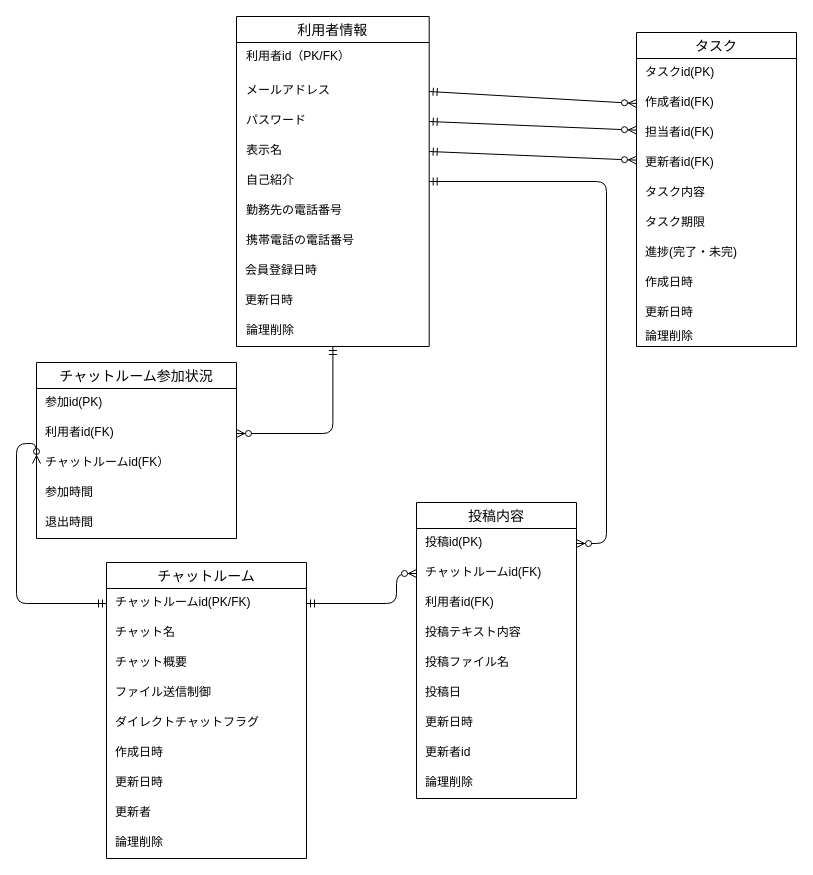
This is db/db-challenge1/チャットルームER図.drawio from ytaka0407/quelcode-db, a draw.io file, before an edit. Source tidied: cells renumbered, new cells numbered last; positions are measured from the earlier drawing's top-left corner, leaving out a move shared by most shapes. Both pictures are drawn from the tidied source at 100%, with x=0, y=0 at pixel (16, 16).
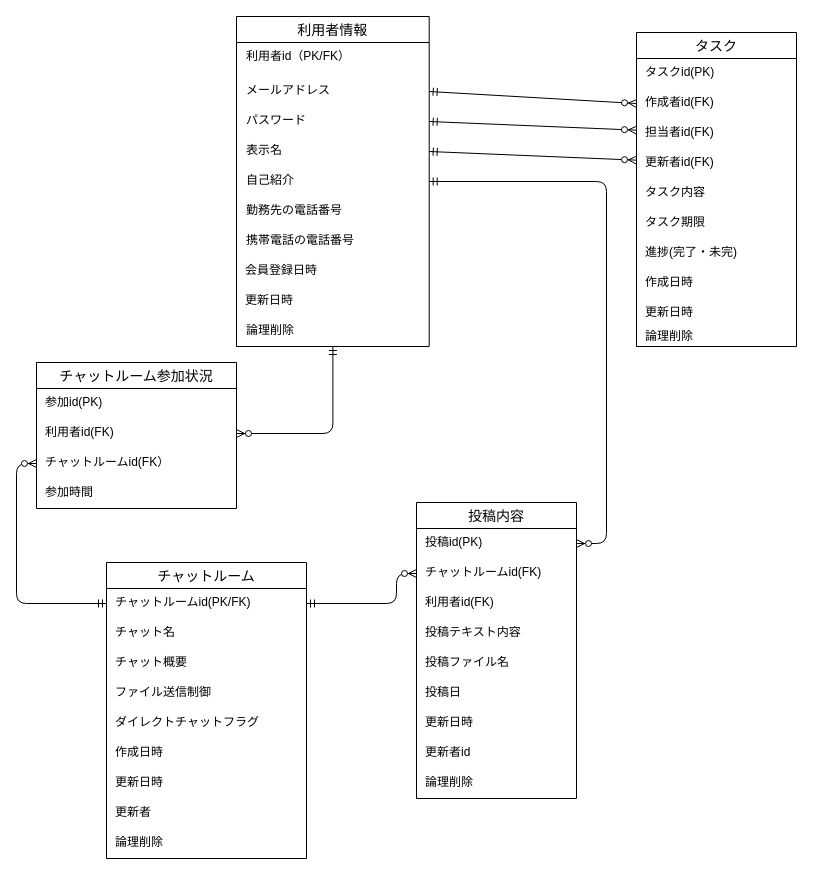
Above is the later version.

Commit message:
要件に含まれていないチャットルーム退出時間カラムを削除

Unchanged cells that the change refers to:
```xml
<mxCell id="32" value="チャットルームid(PK/FK)" style="text;strokeColor=none;fillColor=none;spacingLeft=7;spacingRight=4;overflow=hidden;points=[[0,0.5],[1,0.5]];portConstraint=eastwest;fontSize=12;" parent="31" vertex="1">
  <mxGeometry y="26" width="200" height="30" as="geometry" />
</mxCell>
<mxCell id="54" value="チャットルームid(FK）" style="text;strokeColor=none;fillColor=none;spacingLeft=7;spacingRight=4;overflow=hidden;points=[[0,0.5],[1,0.5]];portConstraint=eastwest;fontSize=12;" parent="51" vertex="1">
  <mxGeometry y="86" width="200" height="30" as="geometry" />
</mxCell>
```

The edit, as a diff of the source:
```diff
@@
     <mxCell id="3" style="edgeStyle=orthogonalEdgeStyle;fontSize=12;html=1;endArrow=ERzeroToMany;startArrow=ERmandOne;exitX=0;exitY=0.5;exitDx=0;exitDy=0;entryX=0;entryY=0.5;entryDx=0;entryDy=0;" parent="1" edge="1" source="32" target="54">
       <mxGeometry relative="1" as="geometry">
         <Array as="points">
           <mxPoint y="587" />
-          <mxPoint y="427" />
+          <mxPoint y="447" />
         </Array>
       </mxGeometry>
     </mxCell>
@@
     <mxCell id="51" value="チャットルーム参加状況" style="swimlane;fontStyle=0;horizontal=1;startSize=26;align=center;fontSize=14;" parent="1" vertex="1">
-      <mxGeometry x="20" y="346" width="200" height="176" as="geometry" />
+      <mxGeometry x="20" y="346" width="200" height="146" as="geometry" />
     </mxCell>
@@
-    <mxCell id="56" value="退出時間" style="text;strokeColor=none;fillColor=none;spacingLeft=7;spacingRight=4;overflow=hidden;fontSize=12;" parent="51" vertex="1">
-      <mxGeometry y="146" width="200" height="30" as="geometry" />
-    </mxCell>
```
